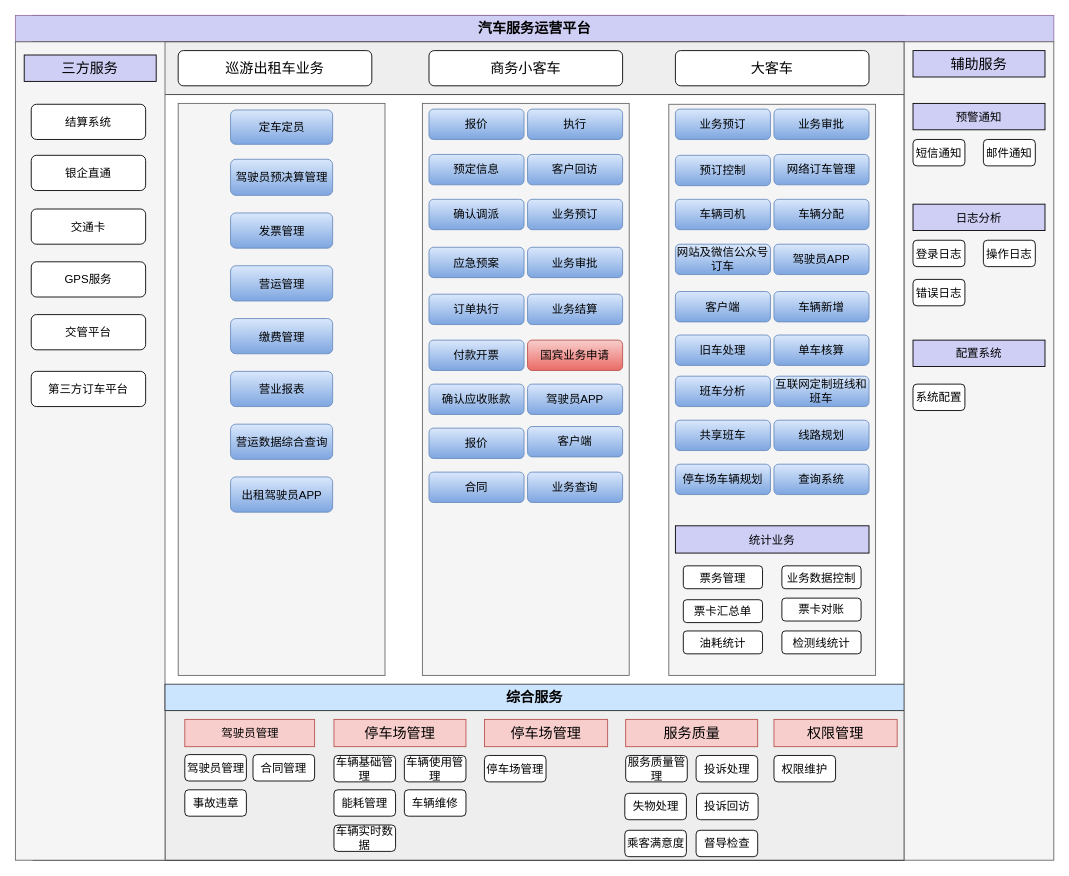
ammengke/my-drawio keeps this draw.io diagram as 汽车公司业务流程图.drawio. Above is the earlier version. Source tidied: cells renumbered, new cells numbered last; positions are measured from the earlier drawing's top-left corner, leaving out a move shared by most shapes. Both pictures are drawn from the tidied source at 88%, with x=0, y=0 at pixel (15, 15).
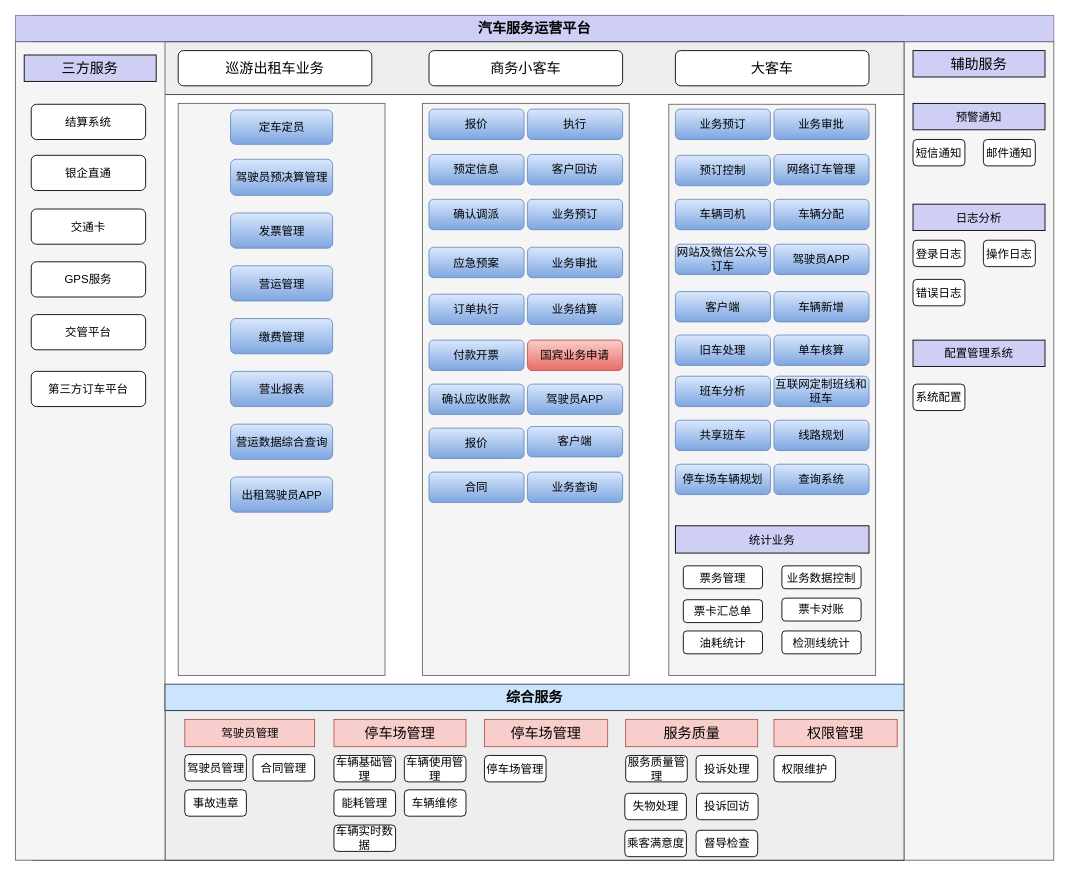
The same page after the edit.

Commit message:
更新汽车公司业务流程图.drawio

Diff of the diagram source:
```diff
@@
-    <mxCell id="102" value="配置系统" style="rounded=0;whiteSpace=wrap;html=1;fontSize=13;fillColor=#CFCEF5;" parent="1" vertex="1">
+    <mxCell id="102" value="配置管理系统" style="rounded=0;whiteSpace=wrap;html=1;fontSize=13;fillColor=#CFCEF5;" parent="1" vertex="1">
       <mxGeometry x="1020" y="369" width="150" height="30" as="geometry" />
     </mxCell>
```
